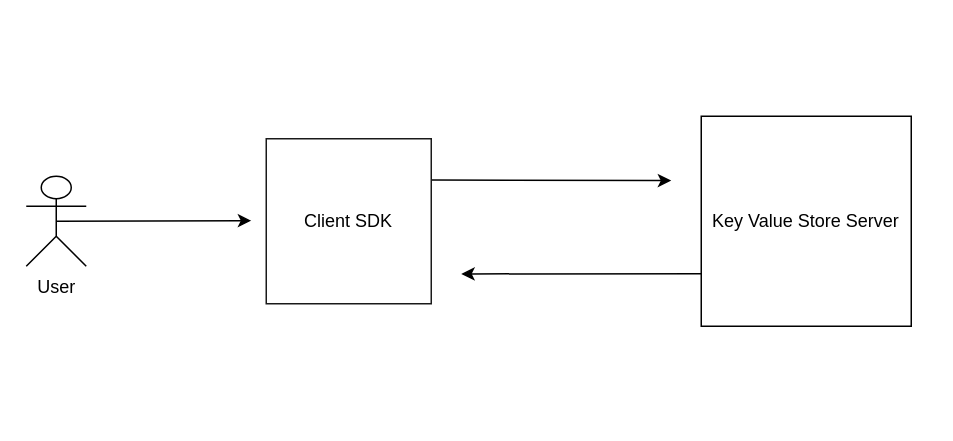
HRS05/Flow-Diagram keeps this draw.io diagram as Untitled Diagram.drawio. Above is the earlier version. Source tidied: cells renumbered, new cells numbered last; positions are measured from the earlier drawing's top-left corner, leaving out a move shared by most shapes. Both pictures are drawn from the tidied source at 150%, with x=0, y=0 at pixel (26, 116).
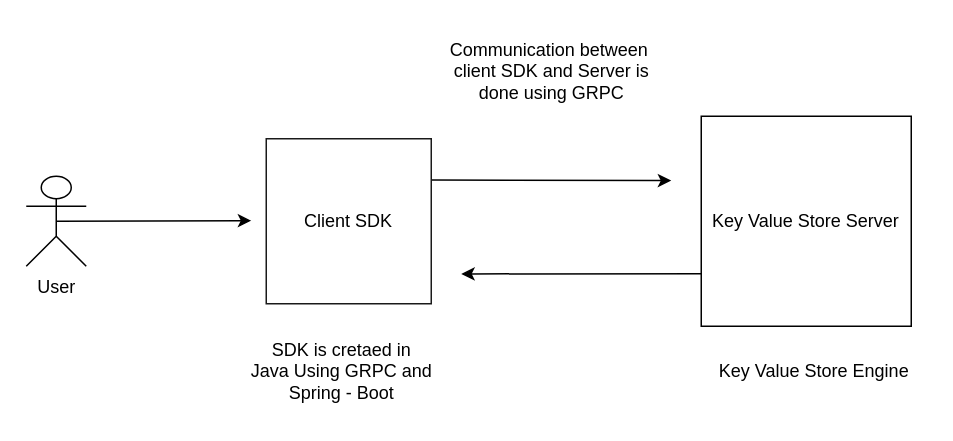
The same page after the edit.

Change to the diagram source:
```diff
@@
 <mxGraphModel>
   <root>
     <mxCell id="0" />
     <mxCell id="1" parent="0" />
     <mxCell id="2" style="edgeStyle=none;rounded=0;jettySize=auto;html=1;exitX=1;exitY=0.25;exitDx=0;exitDy=0;" parent="1" edge="1" source="3">
       <mxGeometry relative="1" as="geometry">
         <mxPoint x="430" y="42.9" as="targetPoint" />
       </mxGeometry>
     </mxCell>
     <mxCell id="3" value="Client SDK" style="whiteSpace=wrap;html=1;strokeColor=#1A1A1A;" parent="1" vertex="1">
       <mxGeometry x="160" y="15" width="110" height="110" as="geometry" />
     </mxCell>
     <mxCell id="4" style="edgeStyle=none;rounded=0;jettySize=auto;html=1;exitX=0;exitY=0.75;exitDx=0;exitDy=0;" parent="1" edge="1" source="5">
       <mxGeometry relative="1" as="geometry">
         <mxPoint x="290" y="105.1" as="targetPoint" />
       </mxGeometry>
     </mxCell>
     <mxCell id="5" value="Key Value Store Server" style="whiteSpace=wrap;html=1;" parent="1" vertex="1">
       <mxGeometry x="450" width="140" height="140" as="geometry" />
     </mxCell>
     <mxCell id="6" style="edgeStyle=none;rounded=0;jettySize=auto;html=1;exitX=0.5;exitY=0.5;exitDx=0;exitDy=0;exitPerimeter=0;" parent="1" edge="1" source="7">
       <mxGeometry relative="1" as="geometry">
         <mxPoint x="150" y="69.6" as="targetPoint" />
       </mxGeometry>
     </mxCell>
     <mxCell id="7" value="User" style="shape=umlActor;verticalLabelPosition=bottom;verticalAlign=top;html=1;outlineConnect=0;" parent="1" vertex="1">
       <mxGeometry y="40" width="40" height="60" as="geometry" />
     </mxCell>
+    <mxCell id="8" value="SDK is cretaed in&lt;div&gt;Java Using GRPC and&lt;/div&gt;&lt;div&gt;Spring - Boot&lt;/div&gt;" style="text;html=1;align=center;verticalAlign=middle;strokeColor=none;fillColor=none;" parent="1" vertex="1">
+      <mxGeometry x="140" y="140" width="140" height="60" as="geometry" />
+    </mxCell>
+    <mxCell id="9" value="Key Value Store Engine" style="text;html=1;align=center;verticalAlign=middle;strokeColor=none;fillColor=none;" parent="1" vertex="1">
+      <mxGeometry x="450" y="155" width="150" height="30" as="geometry" />
+    </mxCell>
+    <mxCell id="10" value="Communication between&amp;nbsp;&lt;div&gt;client SDK and Server is&lt;/div&gt;&lt;div&gt;done using GRPC&lt;/div&gt;" style="text;html=1;align=center;verticalAlign=middle;strokeColor=none;fillColor=none;" parent="1" vertex="1">
+      <mxGeometry x="270" y="-60" width="160" height="60" as="geometry" />
+    </mxCell>
   </root>
 </mxGraphModel>
```
